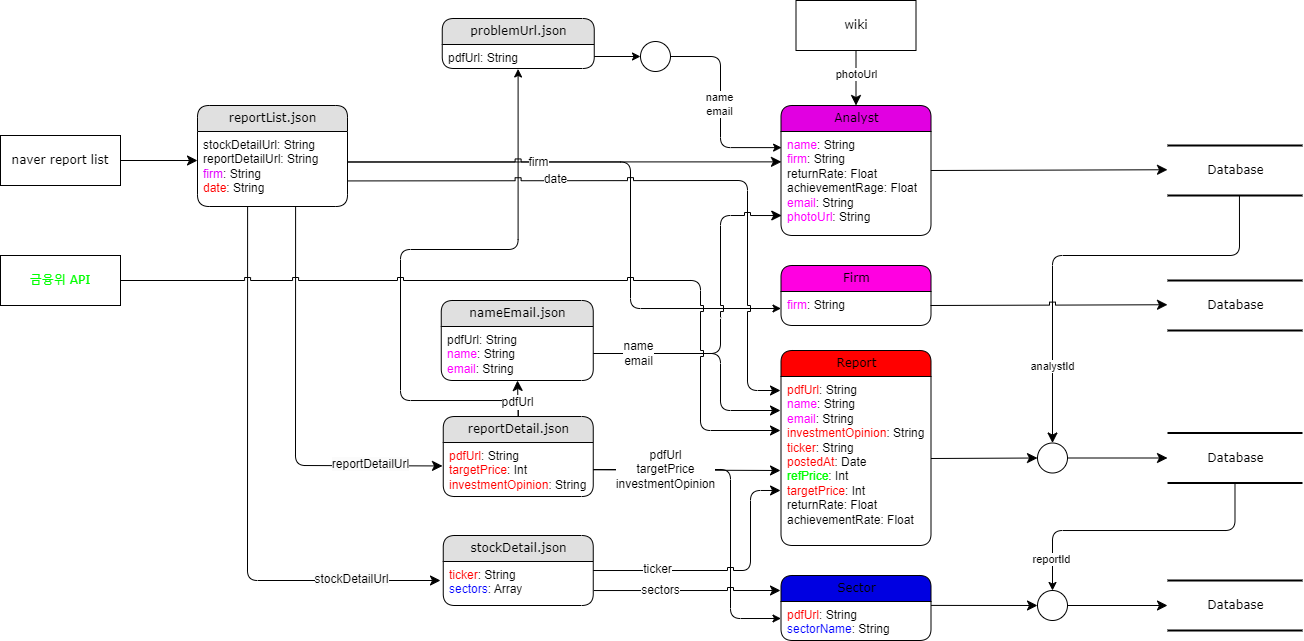
Before: diagram/DataFlow.drawio.png, a diagram exported from draw.io (PDA-stockX/research-crawling). Source tidied: cells renumbered, new cells last; positions are measured from the earlier drawing's top-left corner, leaving out a move shared by most shapes.
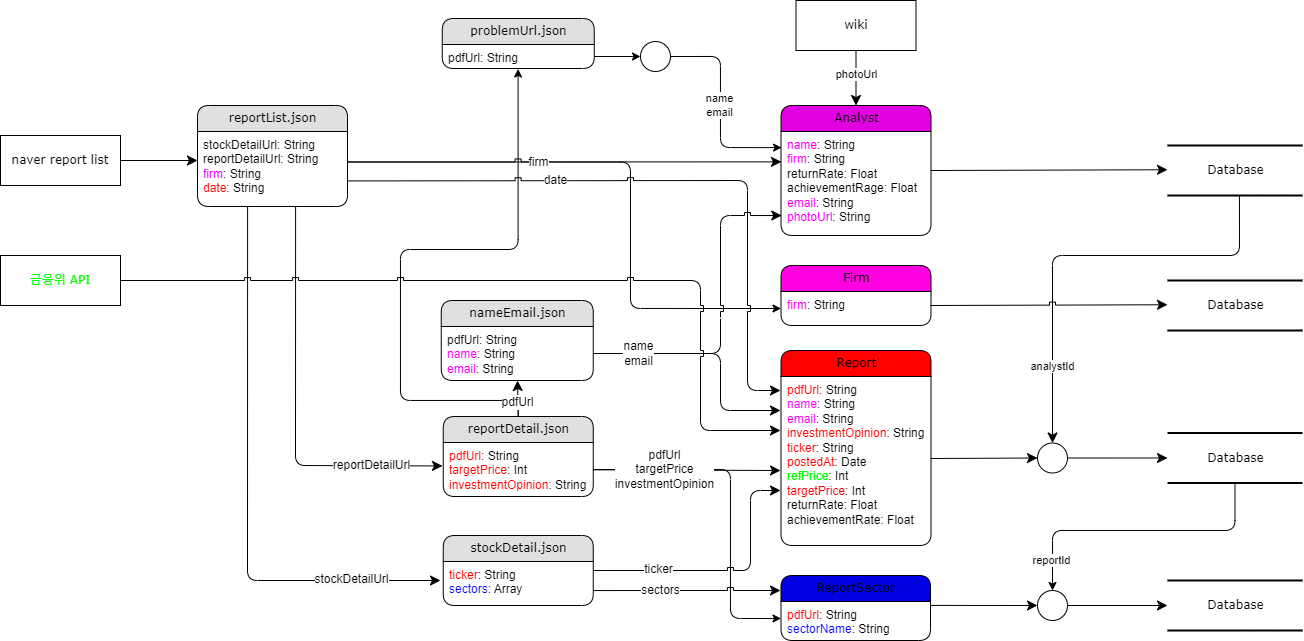
The same file after the commit.

What changed in the source:
```diff
@@ -109,11 +109,11 @@
     <mxCell id="24" value="&lt;span style=&quot;font-size: 12px;&quot;&gt;date&lt;/span&gt;" style="edgeLabel;html=1;align=center;verticalAlign=middle;" parent="23" vertex="1">
       <mxGeometry x="-0.35" y="1" relative="1" as="geometry" />
     </mxCell>
-    <mxCell id="25" value="Sector" style="swimlane;html=1;fontStyle=0;horizontal=1;startSize=26;fillColor=#0000e1;swimlaneFillColor=#ffffff;align=center;rounded=1;shadow=0;comic=0;labelBackgroundColor=none;strokeWidth=1;fontFamily=Verdana;fontSize=12;" parent="1" vertex="1">
-      <mxGeometry x="780.5" y="575" width="150" height="65" as="geometry" />
+    <mxCell id="25" value="ReportSector" style="swimlane;html=1;fontStyle=0;horizontal=1;startSize=26;fillColor=#0000e1;swimlaneFillColor=#ffffff;align=center;rounded=1;shadow=0;comic=0;labelBackgroundColor=none;strokeWidth=1;fontFamily=Verdana;fontSize=12;" parent="1" vertex="1">
+      <mxGeometry x="780.5" y="575" width="149.5" height="65" as="geometry" />
     </mxCell>
     <mxCell id="26" value="&lt;div&gt;&lt;font color=&quot;#ff0000&quot;&gt;pdfUrl&lt;/font&gt;: String&lt;/div&gt;&lt;font color=&quot;#0000ff&quot;&gt;sectorName&lt;/font&gt;: String" style="text;html=1;strokeColor=none;fillColor=none;spacingLeft=4;spacingRight=4;whiteSpace=wrap;overflow=hidden;points=[[0,0.5],[1,0.5]];portConstraint=eastwest;align=left;" parent="25" vertex="1">
-      <mxGeometry y="26" width="150" height="34" as="geometry" />
+      <mxGeometry y="26" width="149.5" height="34" as="geometry" />
     </mxCell>
     <mxCell id="27" value="&lt;hr&gt;" style="edgeStyle=none;html=1;labelBackgroundColor=none;startFill=0;startSize=8;endFill=1;endSize=8;fontFamily=Verdana;fontSize=12;entryX=0.005;entryY=0.808;entryDx=0;entryDy=0;entryPerimeter=0;exitX=1;exitY=0.5;exitDx=0;exitDy=0;jumpStyle=sharp;" parent="1" edge="1" source="39" target="18">
       <mxGeometry relative="1" as="geometry">
```
